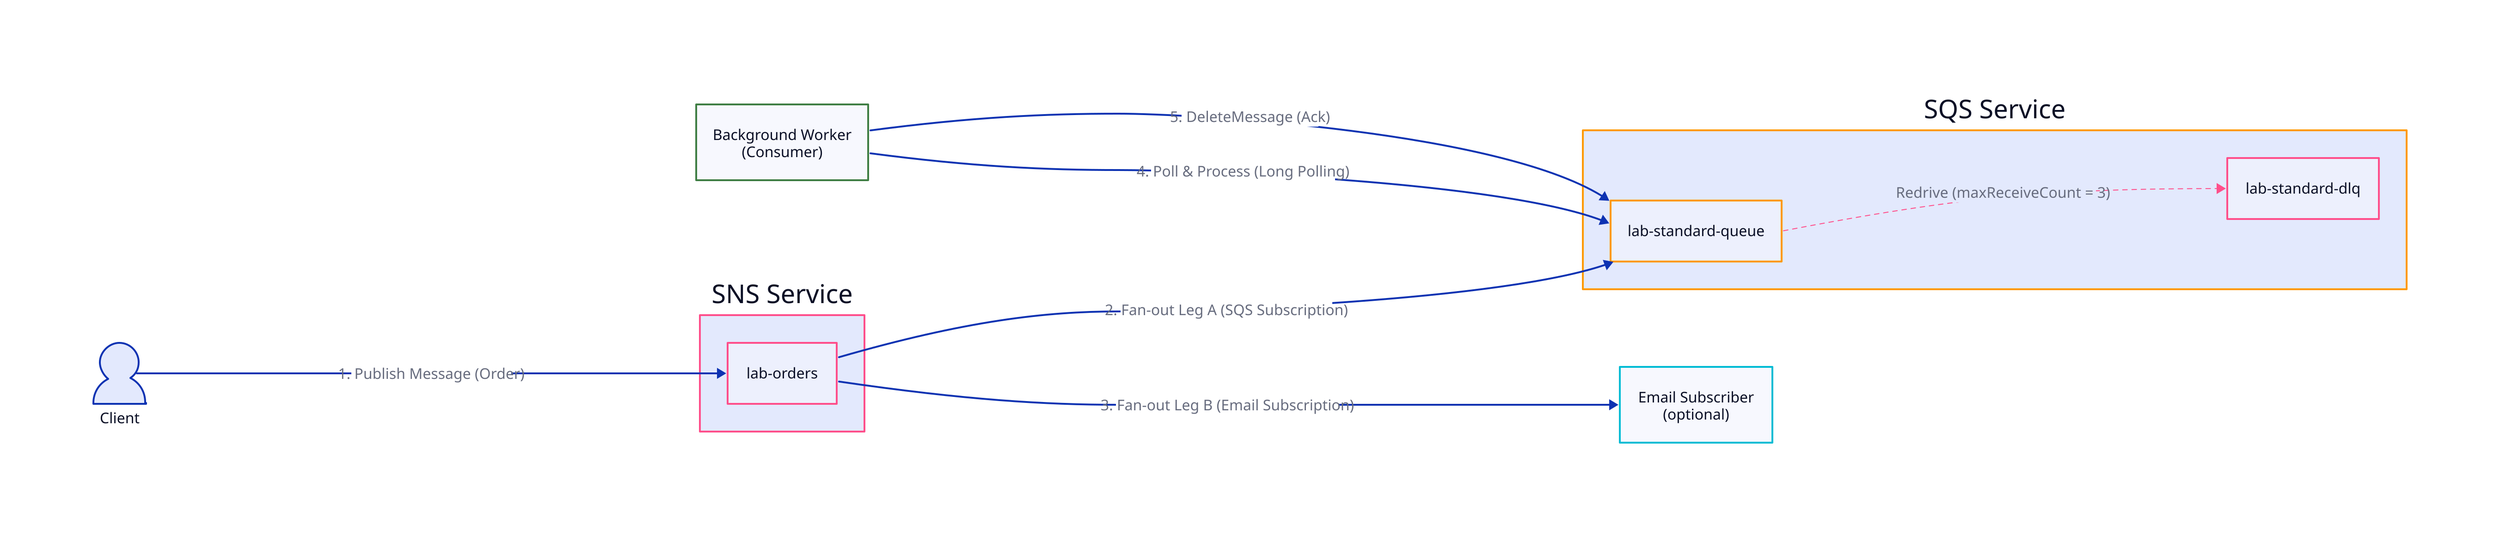
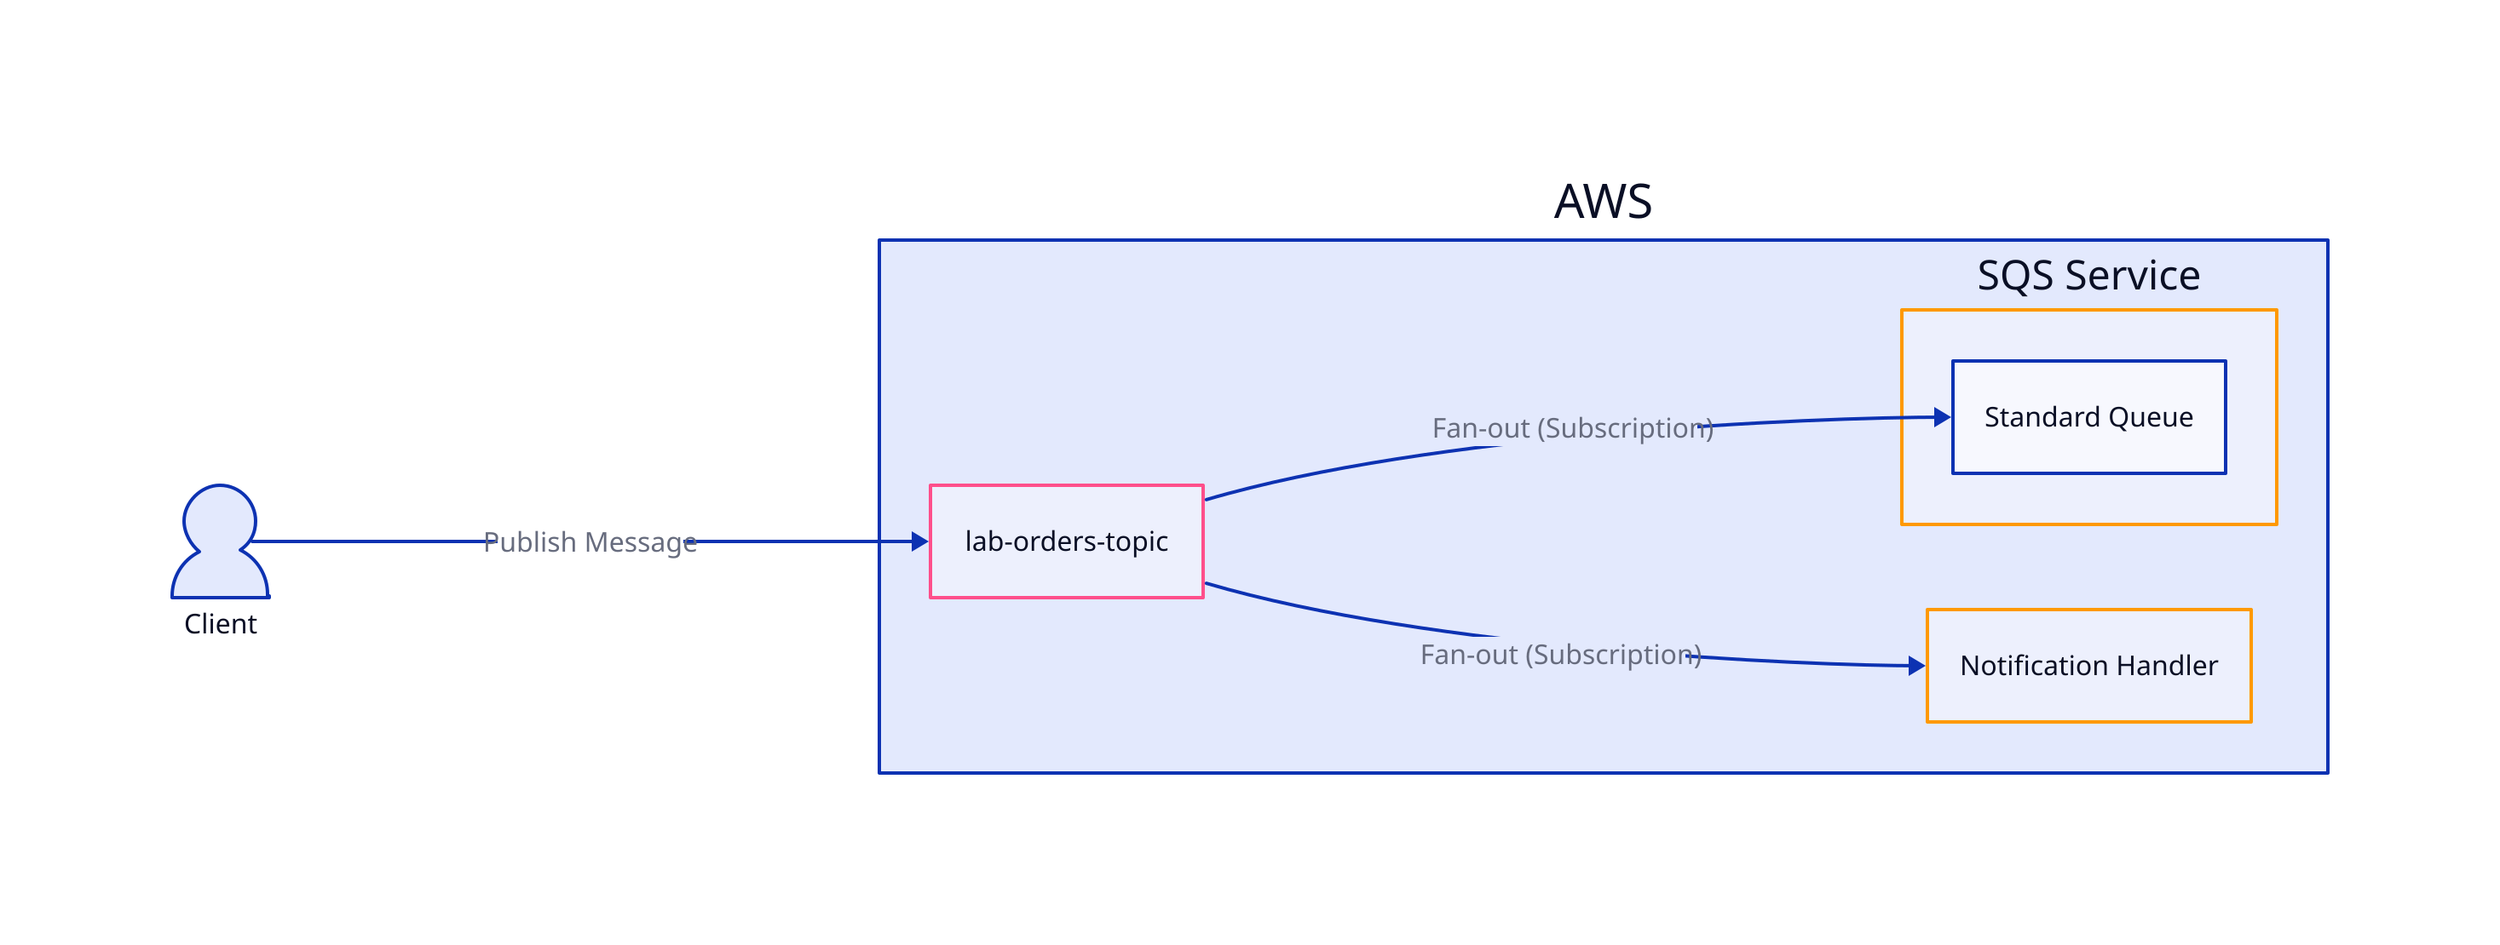
direction: right

Client: Client {
  shape: person
}

- SNS: SNS Service {
-   style: { stroke: "#FF4F8B"; stroke-width: 2 }
+ Cloud: AWS {
+   SNS: Orders Topic {
+     label: "lab-orders-topic"
+     style: { stroke: "#FF4F8B"; stroke-width: 2 }
+   }

-   Topic: SNS Topic {
-     label: "lab-orders"
-     style: { stroke: "#FF4F8B" }
+   SQS: SQS Service {
+     Queue: Standard Queue
+     style: { stroke: "#FF9900" }
+   }
+ 
+   Lambda: Notification Handler {
+     style: { stroke: "#FF9900" }
  }
}

- SQS: SQS Service {
-   style: { stroke: "#FF9900"; stroke-width: 2 }
- 
-   Standard: Standard Queue {
-     label: "lab-standard-queue"
-     style: { stroke: "#FF9900" }
-   }
- 
-   StandardDLQ: Standard DLQ {
-     label: "lab-standard-dlq"
-     style: { stroke: "#FF4F8B" }
-   }
- 
-   Standard -> StandardDLQ: Redrive (maxReceiveCount = 3) {
-     style: { stroke: "#FF4F8B"; stroke-width: 1; stroke-dash: 5 }
-   }
- }
- 
- Email: Email Endpoint {
-   label: "Email Subscriber\n(optional)"
-   style: { stroke: "#00BCD4"; stroke-width: 2 }
- }
- 
- Worker: Python Worker {
-   label: "Background Worker\n(Consumer)"
-   style: { stroke: "#3F7E44"; stroke-width: 2 }
- }
- 
- Client -> SNS.Topic: 1. Publish Message (Order)
- SNS.Topic -> SQS.Standard: 2. Fan-out Leg A (SQS Subscription)
- SNS.Topic -> Email: 3. Fan-out Leg B (Email Subscription)
- 
- Worker -> SQS.Standard: 4. Poll & Process (Long Polling)
- Worker -> SQS.Standard: 5. DeleteMessage (Ack)
+ Client -> Cloud.SNS: Publish Message
+ Cloud.SNS -> Cloud.SQS.Queue: Fan-out (Subscription)
+ Cloud.SNS -> Cloud.Lambda: Fan-out (Subscription)
